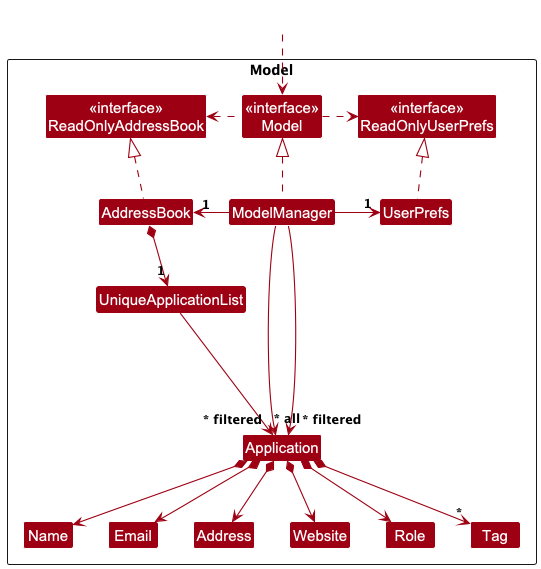
This is docs/images/ModelClassDiagram.png from kinyean/tp, a PlantUML export, as it was before one commit. The source it was exported from:
```plantuml
@startuml
!include style.puml
skinparam arrowThickness 1.1
skinparam arrowColor MODEL_COLOR
skinparam classBackgroundColor MODEL_COLOR

Package Model as ModelPackage <<Rectangle>>{
Class "<<interface>>\nReadOnlyAddressBook" as ReadOnlyAddressBook
Class "<<interface>>\nReadOnlyUserPrefs" as ReadOnlyUserPrefs
Class "<<interface>>\nModel" as Model
Class AddressBook
Class ModelManager
Class UserPrefs

Class UniqueApplicationList
Class Application
Class Address
Class Email
Class Name
Class Website
Class Role
Class Tag

Class I #FFFFFF
}

Class HiddenOutside #FFFFFF
HiddenOutside ..> Model

AddressBook .up.|> ReadOnlyAddressBook

ModelManager .up.|> Model
Model .right.> ReadOnlyUserPrefs
Model .left.> ReadOnlyAddressBook
ModelManager -left-> "1" AddressBook
ModelManager -right-> "1" UserPrefs
UserPrefs .up.|> ReadOnlyUserPrefs

AddressBook *--> "1" UniqueApplicationList
UniqueApplicationList --> "~* all" Application
Application *--> Name
Application *--> Email
Application *--> Address
Application *--> Website
Application *--> Role
Application *--> "*" Tag
ModelManager --> "~* filtered" Application

Application -[hidden]up--> I
UniqueApplicationList -[hidden]right-> I

Name -[hidden]right-> Email
Email -[hidden]right-> Address
Address -[hidden]right-> Website
Website -[hidden]right-> Role


ModelManager --> "~* filtered" Application
@enduml
```
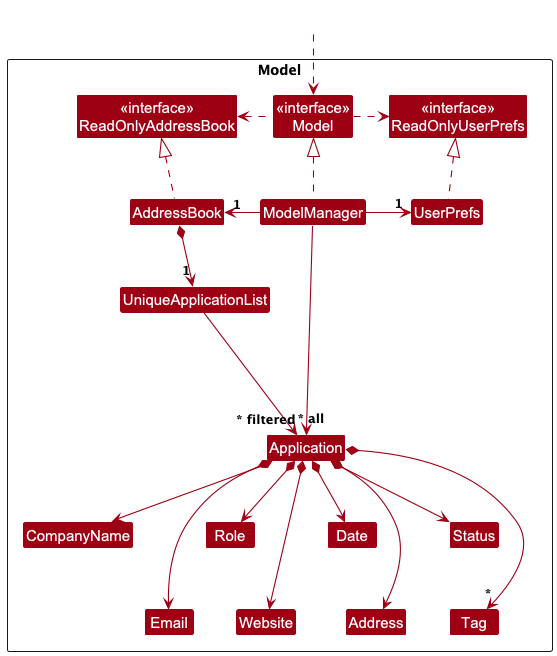
The same diagram one commit later.

Diff of the diagram source:
```diff
@@ -13,12 +13,17 @@
 Class UserPrefs
 
 Class UniqueApplicationList
-Class Application
+Class Application {
+    - notes: String
+    - isArchived: boolean
+}
 Class Address
 Class Email
-Class Name
+Class CompanyName
 Class Website
 Class Role
+Class Date
+Class Status
 Class Tag
 
 Class I #FFFFFF
@@ -38,22 +43,29 @@
 
 AddressBook *--> "1" UniqueApplicationList
 UniqueApplicationList --> "~* all" Application
-Application *--> Name
+Application *--> CompanyName
 Application *--> Email
 Application *--> Address
 Application *--> Website
 Application *--> Role
+Application *--> Date
+Application *--> Status
 Application *--> "*" Tag
 ModelManager --> "~* filtered" Application
 
 Application -[hidden]up--> I
 UniqueApplicationList -[hidden]right-> I
 
-Name -[hidden]right-> Email
-Email -[hidden]right-> Address
-Address -[hidden]right-> Website
-Website -[hidden]right-> Role
+CompanyName -[hidden]right-> Role
+Role -[hidden]right-> Date
+Date -[hidden]right-> Status
+Email -[hidden]right-> Website
+Website -[hidden]right-> Address
+Address -[hidden]right-> Tag
+CompanyName -[hidden]down-> Email
+Role -[hidden]down-> Website
+Date -[hidden]down-> Address
+Status -[hidden]down-> Tag
 
 
-ModelManager --> "~* filtered" Application
 @enduml
```
